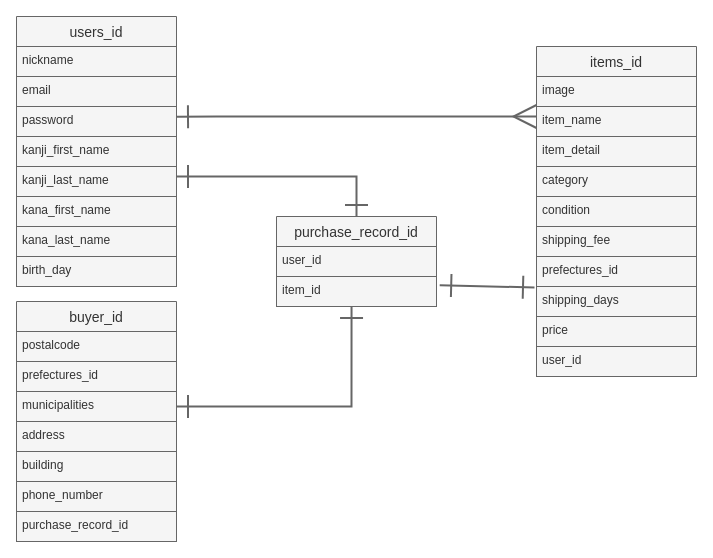
The draw.io diagram er.dio in daicheez/furima-37244, before the edit. Source tidied: cells renumbered, new cells numbered last; positions are measured from the earlier drawing's top-left corner, leaving out a move shared by most shapes. Both pictures are drawn from the tidied source at 100%, with x=0, y=0 at pixel (16, 16).
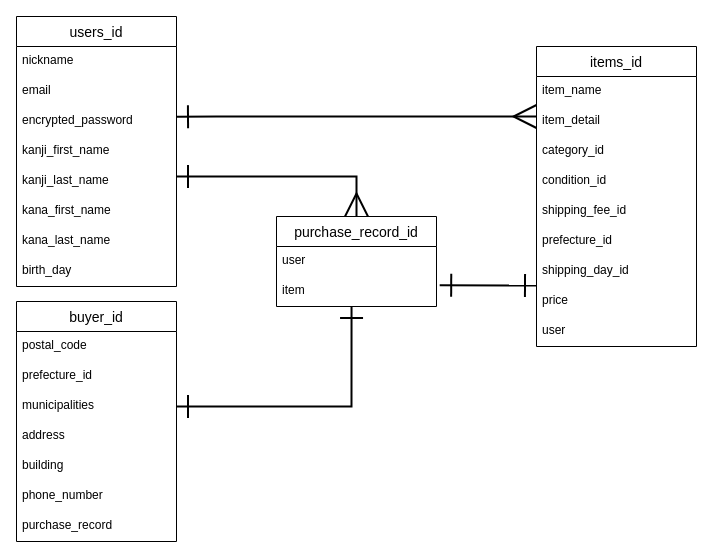
The same page after the edit.

Diff of the diagram source:
```diff
@@
-    <mxCell id="2" value="users_id" style="swimlane;fontStyle=0;horizontal=1;startSize=30;align=center;fontSize=14;fillColor=#f5f5f5;strokeColor=#666666;fontColor=#333333;" parent="1" vertex="1">
+    <mxCell id="2" value="users_id" style="swimlane;fontStyle=0;horizontal=1;startSize=30;align=center;fontSize=14;fillColor=none;" parent="1" vertex="1">
       <mxGeometry width="160" height="270" as="geometry" />
     </mxCell>
-    <mxCell id="3" value="nickname  " style="text;spacingLeft=4;spacingRight=4;overflow=hidden;fontSize=12;fillColor=#f5f5f5;strokeColor=#666666;fontColor=#333333;" parent="2" vertex="1">
+    <mxCell id="3" value="nickname  " style="text;spacingLeft=4;spacingRight=4;overflow=hidden;fontSize=12;fillColor=none;" parent="2" vertex="1">
       <mxGeometry y="30" width="160" height="30" as="geometry" />
     </mxCell>
-    <mxCell id="4" value="email" style="text;spacingLeft=4;spacingRight=4;overflow=hidden;fontSize=12;fillColor=#f5f5f5;strokeColor=#666666;fontColor=#333333;" parent="2" vertex="1">
+    <mxCell id="4" value="email" style="text;spacingLeft=4;spacingRight=4;overflow=hidden;fontSize=12;fillColor=none;" parent="2" vertex="1">
       <mxGeometry y="60" width="160" height="30" as="geometry" />
     </mxCell>
-    <mxCell id="5" value="password" style="text;spacingLeft=4;spacingRight=4;overflow=hidden;fontSize=12;fillColor=#f5f5f5;strokeColor=#666666;fontColor=#333333;" parent="2" vertex="1">
+    <mxCell id="5" value="encrypted_password" style="text;spacingLeft=4;spacingRight=4;overflow=hidden;fontSize=12;fillColor=none;" parent="2" vertex="1">
       <mxGeometry y="90" width="160" height="30" as="geometry" />
     </mxCell>
-    <mxCell id="6" value="kanji_first_name" style="text;spacingLeft=4;spacingRight=4;overflow=hidden;fontSize=12;fillColor=#f5f5f5;strokeColor=#666666;fontColor=#333333;" parent="2" vertex="1">
+    <mxCell id="6" value="kanji_first_name" style="text;spacingLeft=4;spacingRight=4;overflow=hidden;fontSize=12;fillColor=none;" parent="2" vertex="1">
       <mxGeometry y="120" width="160" height="30" as="geometry" />
     </mxCell>
-    <mxCell id="7" value="kanji_last_name" style="text;spacingLeft=4;spacingRight=4;overflow=hidden;fontSize=12;fillColor=#f5f5f5;strokeColor=#666666;fontColor=#333333;" parent="2" vertex="1">
+    <mxCell id="7" value="kanji_last_name" style="text;spacingLeft=4;spacingRight=4;overflow=hidden;fontSize=12;fillColor=none;" parent="2" vertex="1">
       <mxGeometry y="150" width="160" height="30" as="geometry" />
     </mxCell>
-    <mxCell id="8" value="kana_first_name" style="text;spacingLeft=4;spacingRight=4;overflow=hidden;fontSize=12;fillColor=#f5f5f5;strokeColor=#666666;fontColor=#333333;" parent="2" vertex="1">
+    <mxCell id="8" value="kana_first_name" style="text;spacingLeft=4;spacingRight=4;overflow=hidden;fontSize=12;fillColor=none;" parent="2" vertex="1">
       <mxGeometry y="180" width="160" height="30" as="geometry" />
     </mxCell>
-    <mxCell id="9" value="kana_last_name" style="text;spacingLeft=4;spacingRight=4;overflow=hidden;fontSize=12;fillColor=#f5f5f5;strokeColor=#666666;fontColor=#333333;" parent="2" vertex="1">
+    <mxCell id="9" value="kana_last_name" style="text;spacingLeft=4;spacingRight=4;overflow=hidden;fontSize=12;fillColor=none;" parent="2" vertex="1">
       <mxGeometry y="210" width="160" height="30" as="geometry" />
     </mxCell>
-    <mxCell id="10" value="birth_day" style="text;spacingLeft=4;spacingRight=4;overflow=hidden;fontSize=12;fillColor=#f5f5f5;strokeColor=#666666;fontColor=#333333;" parent="2" vertex="1">
+    <mxCell id="10" value="birth_day" style="text;spacingLeft=4;spacingRight=4;overflow=hidden;fontSize=12;fillColor=none;" parent="2" vertex="1">
       <mxGeometry y="240" width="160" height="30" as="geometry" />
     </mxCell>
-    <mxCell id="11" value="items_id" style="swimlane;fontStyle=0;horizontal=1;startSize=30;align=center;fontSize=14;fillColor=#f5f5f5;strokeColor=#666666;fontColor=#333333;" parent="1" vertex="1">
-      <mxGeometry x="520" y="30" width="160" height="330" as="geometry" />
+    <mxCell id="11" value="items_id" style="swimlane;fontStyle=0;horizontal=1;startSize=30;align=center;fontSize=14;fillColor=none;" parent="1" vertex="1">
+      <mxGeometry x="520" y="30" width="160" height="300" as="geometry" />
     </mxCell>
-    <mxCell id="12" value="image" style="text;spacingLeft=4;spacingRight=4;overflow=hidden;fontSize=12;fillColor=#f5f5f5;strokeColor=#666666;fontColor=#333333;" parent="11" vertex="1">
-      <mxGeometry y="30" width="160" height="30" as="geometry" />
-    </mxCell>
-    <mxCell id="13" value="item_name" style="text;spacingLeft=4;spacingRight=4;overflow=hidden;fontSize=12;fillColor=#f5f5f5;strokeColor=#666666;fontColor=#333333;" parent="11" vertex="1">
-      <mxGeometry y="60" width="160" height="30" as="geometry" />
+    <mxCell id="13" value="item_name" style="text;spacingLeft=4;spacingRight=4;overflow=hidden;fontSize=12;fillColor=none;" parent="11" vertex="1">
+      <mxGeometry y="30" width="160" height="30" as="geometry" />
     </mxCell>
-    <mxCell id="14" value="item_detail" style="text;spacingLeft=4;spacingRight=4;overflow=hidden;fontSize=12;fillColor=#f5f5f5;strokeColor=#666666;fontColor=#333333;" parent="11" vertex="1">
-      <mxGeometry y="90" width="160" height="30" as="geometry" />
+    <mxCell id="14" value="item_detail" style="text;spacingLeft=4;spacingRight=4;overflow=hidden;fontSize=12;fillColor=none;" parent="11" vertex="1">
+      <mxGeometry y="60" width="160" height="30" as="geometry" />
     </mxCell>
-    <mxCell id="15" value="category" style="text;spacingLeft=4;spacingRight=4;overflow=hidden;fontSize=12;fillColor=#f5f5f5;strokeColor=#666666;fontColor=#333333;" parent="11" vertex="1">
-      <mxGeometry y="120" width="160" height="30" as="geometry" />
+    <mxCell id="15" value="category_id" style="text;spacingLeft=4;spacingRight=4;overflow=hidden;fontSize=12;fillColor=none;" parent="11" vertex="1">
+      <mxGeometry y="90" width="160" height="30" as="geometry" />
     </mxCell>
-    <mxCell id="16" value="condition" style="text;spacingLeft=4;spacingRight=4;overflow=hidden;fontSize=12;fillColor=#f5f5f5;strokeColor=#666666;fontColor=#333333;" parent="11" vertex="1">
-      <mxGeometry y="150" width="160" height="30" as="geometry" />
+    <mxCell id="16" value="condition_id" style="text;spacingLeft=4;spacingRight=4;overflow=hidden;fontSize=12;fillColor=none;" parent="11" vertex="1">
+      <mxGeometry y="120" width="160" height="30" as="geometry" />
     </mxCell>
-    <mxCell id="17" value="shipping_fee" style="text;spacingLeft=4;spacingRight=4;overflow=hidden;fontSize=12;fillColor=#f5f5f5;strokeColor=#666666;fontColor=#333333;" parent="11" vertex="1">
-      <mxGeometry y="180" width="160" height="30" as="geometry" />
+    <mxCell id="17" value="shipping_fee_id" style="text;spacingLeft=4;spacingRight=4;overflow=hidden;fontSize=12;fillColor=none;" parent="11" vertex="1">
+      <mxGeometry y="150" width="160" height="30" as="geometry" />
     </mxCell>
-    <mxCell id="18" value="prefectures_id" style="text;spacingLeft=4;spacingRight=4;overflow=hidden;fontSize=12;fillColor=#f5f5f5;strokeColor=#666666;fontColor=#333333;" parent="11" vertex="1">
-      <mxGeometry y="210" width="160" height="30" as="geometry" />
+    <mxCell id="18" value="prefecture_id" style="text;spacingLeft=4;spacingRight=4;overflow=hidden;fontSize=12;fillColor=none;" parent="11" vertex="1">
+      <mxGeometry y="180" width="160" height="30" as="geometry" />
     </mxCell>
-    <mxCell id="19" value="shipping_days" style="text;spacingLeft=4;spacingRight=4;overflow=hidden;fontSize=12;fillColor=#f5f5f5;strokeColor=#666666;fontColor=#333333;" parent="11" vertex="1">
-      <mxGeometry y="240" width="160" height="30" as="geometry" />
+    <mxCell id="19" value="shipping_day_id" style="text;spacingLeft=4;spacingRight=4;overflow=hidden;fontSize=12;fillColor=none;" parent="11" vertex="1">
+      <mxGeometry y="210" width="160" height="30" as="geometry" />
     </mxCell>
-    <mxCell id="20" value="price" style="text;spacingLeft=4;spacingRight=4;overflow=hidden;fontSize=12;fillColor=#f5f5f5;strokeColor=#666666;fontColor=#333333;" parent="11" vertex="1">
-      <mxGeometry y="270" width="160" height="30" as="geometry" />
+    <mxCell id="20" value="price" style="text;spacingLeft=4;spacingRight=4;overflow=hidden;fontSize=12;fillColor=none;" parent="11" vertex="1">
+      <mxGeometry y="240" width="160" height="30" as="geometry" />
     </mxCell>
-    <mxCell id="21" value="user_id" style="text;spacingLeft=4;spacingRight=4;overflow=hidden;fontSize=12;fillColor=#f5f5f5;strokeColor=#666666;fontColor=#333333;" parent="11" vertex="1">
-      <mxGeometry y="300" width="160" height="30" as="geometry" />
+    <mxCell id="21" value="user" style="text;spacingLeft=4;spacingRight=4;overflow=hidden;fontSize=12;fillColor=none;" parent="11" vertex="1">
+      <mxGeometry y="270" width="160" height="30" as="geometry" />
     </mxCell>
-    <mxCell id="22" value="purchase_record_id" style="swimlane;fontStyle=0;horizontal=1;startSize=30;align=center;fontSize=14;fillColor=#f5f5f5;strokeColor=#666666;fontColor=#333333;" parent="1" vertex="1">
+    <mxCell id="22" value="purchase_record_id" style="swimlane;fontStyle=0;horizontal=1;startSize=30;align=center;fontSize=14;fillColor=none;" parent="1" vertex="1">
       <mxGeometry x="260" y="200" width="160" height="90" as="geometry" />
     </mxCell>
-    <mxCell id="23" value="user_id" style="text;spacingLeft=4;spacingRight=4;overflow=hidden;fontSize=12;fillColor=#f5f5f5;strokeColor=#666666;fontColor=#333333;" parent="22" vertex="1">
+    <mxCell id="23" value="user" style="text;spacingLeft=4;spacingRight=4;overflow=hidden;fontSize=12;fillColor=none;" parent="22" vertex="1">
       <mxGeometry y="30" width="160" height="30" as="geometry" />
     </mxCell>
-    <mxCell id="24" value="item_id" style="text;spacingLeft=4;spacingRight=4;overflow=hidden;points=[[0,0.5],[1,0.5]];portConstraint=eastwest;fontSize=12;fillColor=#f5f5f5;strokeColor=#666666;fontColor=#333333;" parent="22" vertex="1">
+    <mxCell id="24" value="item" style="text;spacingLeft=4;spacingRight=4;overflow=hidden;points=[[0,0.5],[1,0.5]];portConstraint=eastwest;fontSize=12;fillColor=none;" parent="22" vertex="1">
       <mxGeometry y="60" width="160" height="30" as="geometry" />
     </mxCell>
-    <mxCell id="25" value="buyer_id" style="swimlane;fontStyle=0;horizontal=1;startSize=30;align=center;fontSize=14;fillColor=#f5f5f5;strokeColor=#666666;fontColor=#333333;" parent="1" vertex="1">
+    <mxCell id="25" value="buyer_id" style="swimlane;fontStyle=0;horizontal=1;startSize=30;align=center;fontSize=14;fillColor=none;" parent="1" vertex="1">
       <mxGeometry y="285" width="160" height="240" as="geometry" />
     </mxCell>
-    <mxCell id="26" value="postalcode" style="text;spacingLeft=4;spacingRight=4;overflow=hidden;fontSize=12;fillColor=#f5f5f5;strokeColor=#666666;fontColor=#333333;" parent="25" vertex="1">
+    <mxCell id="26" value="postal_code" style="text;spacingLeft=4;spacingRight=4;overflow=hidden;fontSize=12;fillColor=none;" parent="25" vertex="1">
       <mxGeometry y="30" width="160" height="30" as="geometry" />
     </mxCell>
-    <mxCell id="27" value="prefectures_id" style="text;spacingLeft=4;spacingRight=4;overflow=hidden;fontSize=12;fillColor=#f5f5f5;strokeColor=#666666;fontColor=#333333;" parent="25" vertex="1">
+    <mxCell id="27" value="prefecture_id" style="text;spacingLeft=4;spacingRight=4;overflow=hidden;fontSize=12;fillColor=none;" parent="25" vertex="1">
       <mxGeometry y="60" width="160" height="30" as="geometry" />
     </mxCell>
-    <mxCell id="28" value="municipalities" style="text;spacingLeft=4;spacingRight=4;overflow=hidden;fontSize=12;fillColor=#f5f5f5;strokeColor=#666666;fontColor=#333333;" parent="25" vertex="1">
+    <mxCell id="28" value="municipalities" style="text;spacingLeft=4;spacingRight=4;overflow=hidden;fontSize=12;fillColor=none;" parent="25" vertex="1">
       <mxGeometry y="90" width="160" height="30" as="geometry" />
     </mxCell>
-    <mxCell id="29" value="address" style="text;spacingLeft=4;spacingRight=4;overflow=hidden;fontSize=12;fillColor=#f5f5f5;strokeColor=#666666;fontColor=#333333;" parent="25" vertex="1">
+    <mxCell id="29" value="address" style="text;spacingLeft=4;spacingRight=4;overflow=hidden;fontSize=12;fillColor=none;" parent="25" vertex="1">
       <mxGeometry y="120" width="160" height="30" as="geometry" />
     </mxCell>
-    <mxCell id="30" value="building" style="text;spacingLeft=4;spacingRight=4;overflow=hidden;fontSize=12;fillColor=#f5f5f5;strokeColor=#666666;fontColor=#333333;" parent="25" vertex="1">
+    <mxCell id="30" value="building" style="text;spacingLeft=4;spacingRight=4;overflow=hidden;fontSize=12;fillColor=none;" parent="25" vertex="1">
       <mxGeometry y="150" width="160" height="30" as="geometry" />
     </mxCell>
-    <mxCell id="31" value="phone_number" style="text;spacingLeft=4;spacingRight=4;overflow=hidden;fontSize=12;fillColor=#f5f5f5;strokeColor=#666666;fontColor=#333333;" parent="25" vertex="1">
+    <mxCell id="31" value="phone_number" style="text;spacingLeft=4;spacingRight=4;overflow=hidden;fontSize=12;fillColor=none;" parent="25" vertex="1">
       <mxGeometry y="180" width="160" height="30" as="geometry" />
     </mxCell>
-    <mxCell id="32" value="purchase_record_id" style="text;spacingLeft=4;spacingRight=4;overflow=hidden;fontSize=12;fillColor=#f5f5f5;strokeColor=#666666;fontColor=#333333;" parent="25" vertex="1">
+    <mxCell id="32" value="purchase_record" style="text;spacingLeft=4;spacingRight=4;overflow=hidden;fontSize=12;fillColor=none;" parent="25" vertex="1">
       <mxGeometry y="210" width="160" height="30" as="geometry" />
     </mxCell>
-    <mxCell id="33" style="edgeStyle=none;html=1;startArrow=ERone;startFill=0;rounded=0;strokeWidth=2;endArrow=ERone;endFill=0;targetPerimeterSpacing=0;sourcePerimeterSpacing=0;endSize=20;startSize=20;exitX=1.02;exitY=0.289;exitDx=0;exitDy=0;exitPerimeter=0;fillColor=#f5f5f5;strokeColor=#666666;" parent="1" edge="1" source="24">
+    <mxCell id="33" style="edgeStyle=none;html=1;startArrow=ERone;startFill=0;rounded=0;strokeWidth=2;endArrow=ERone;endFill=0;targetPerimeterSpacing=0;sourcePerimeterSpacing=0;endSize=20;startSize=20;exitX=1.02;exitY=0.289;exitDx=0;exitDy=0;exitPerimeter=0;fillColor=none;" parent="1" edge="1" source="24">
       <mxGeometry relative="1" as="geometry">
-        <mxPoint x="518" y="271" as="targetPoint" />
+        <mxPoint x="520" y="269" as="targetPoint" />
       </mxGeometry>
     </mxCell>
-    <mxCell id="34" style="edgeStyle=none;html=1;startArrow=ERone;startFill=0;rounded=0;strokeWidth=2;endArrow=ERone;endFill=0;targetPerimeterSpacing=0;sourcePerimeterSpacing=0;endSize=20;startSize=20;entryX=0.469;entryY=1;entryDx=0;entryDy=0;entryPerimeter=0;fillColor=#f5f5f5;strokeColor=#666666;" parent="1" edge="1" target="24">
+    <mxCell id="34" style="edgeStyle=none;html=1;startArrow=ERone;startFill=0;rounded=0;strokeWidth=2;endArrow=ERone;endFill=0;targetPerimeterSpacing=0;sourcePerimeterSpacing=0;endSize=20;startSize=20;entryX=0.469;entryY=1;entryDx=0;entryDy=0;entryPerimeter=0;fillColor=none;" parent="1" edge="1" target="24">
       <mxGeometry relative="1" as="geometry">
         <mxPoint x="160" y="390" as="sourcePoint" />
         <Array as="points">
           <mxPoint x="335" y="390" />
         </Array>
       </mxGeometry>
     </mxCell>
-    <mxCell id="35" style="edgeStyle=none;html=1;startArrow=ERone;startFill=0;rounded=0;strokeWidth=2;endArrow=ERmany;endFill=0;targetPerimeterSpacing=0;sourcePerimeterSpacing=0;endSize=20;startSize=20;fillColor=#f5f5f5;strokeColor=#666666;" parent="1" edge="1">
+    <mxCell id="35" style="edgeStyle=none;html=1;startArrow=ERone;startFill=0;rounded=0;strokeWidth=2;endArrow=ERmany;endFill=0;targetPerimeterSpacing=0;sourcePerimeterSpacing=0;endSize=20;startSize=20;fillColor=none;" parent="1" edge="1">
       <mxGeometry relative="1" as="geometry">
         <mxPoint x="160" y="100.3" as="sourcePoint" />
         <mxPoint x="520" y="100" as="targetPoint" />
         <Array as="points">
           <mxPoint x="200" y="100" />
           <mxPoint x="300" y="100" />
           <mxPoint x="330" y="100" />
           <mxPoint x="440" y="100" />
           <mxPoint x="480" y="100" />
         </Array>
       </mxGeometry>
     </mxCell>
-    <mxCell id="36" style="edgeStyle=none;html=1;startArrow=ERone;startFill=0;rounded=0;strokeWidth=2;endArrow=ERone;endFill=0;targetPerimeterSpacing=0;sourcePerimeterSpacing=0;endSize=20;startSize=20;entryX=0.5;entryY=0;entryDx=0;entryDy=0;fillColor=#f5f5f5;strokeColor=#666666;" parent="1" edge="1" target="22">
+    <mxCell id="36" style="edgeStyle=none;html=1;startArrow=ERone;startFill=0;rounded=0;strokeWidth=2;endArrow=ERmany;endFill=0;targetPerimeterSpacing=0;sourcePerimeterSpacing=0;endSize=20;startSize=20;entryX=0.5;entryY=0;entryDx=0;entryDy=0;fillColor=none;" parent="1" edge="1" target="22">
       <mxGeometry relative="1" as="geometry">
         <mxPoint x="160" y="160" as="sourcePoint" />
         <Array as="points">
           <mxPoint x="340" y="160" />
         </Array>
       </mxGeometry>
     </mxCell>
```
